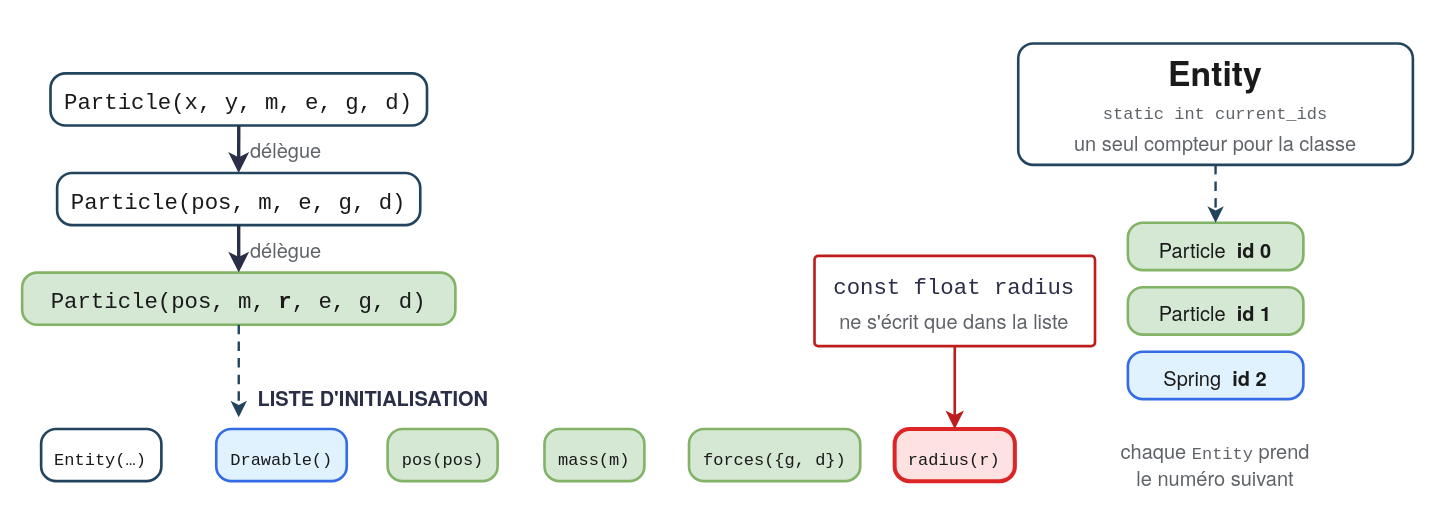
Before: assets/presentation/schemas/particules.drawio in Audr1c/POOProject, a draw.io diagram. Source tidied: cells renumbered, new cells numbered last; positions are measured from the earlier drawing's top-left corner, leaving out a move shared by most shapes. Both pictures are drawn from the tidied source at 125%, with x=0, y=0 at pixel (21, 42).
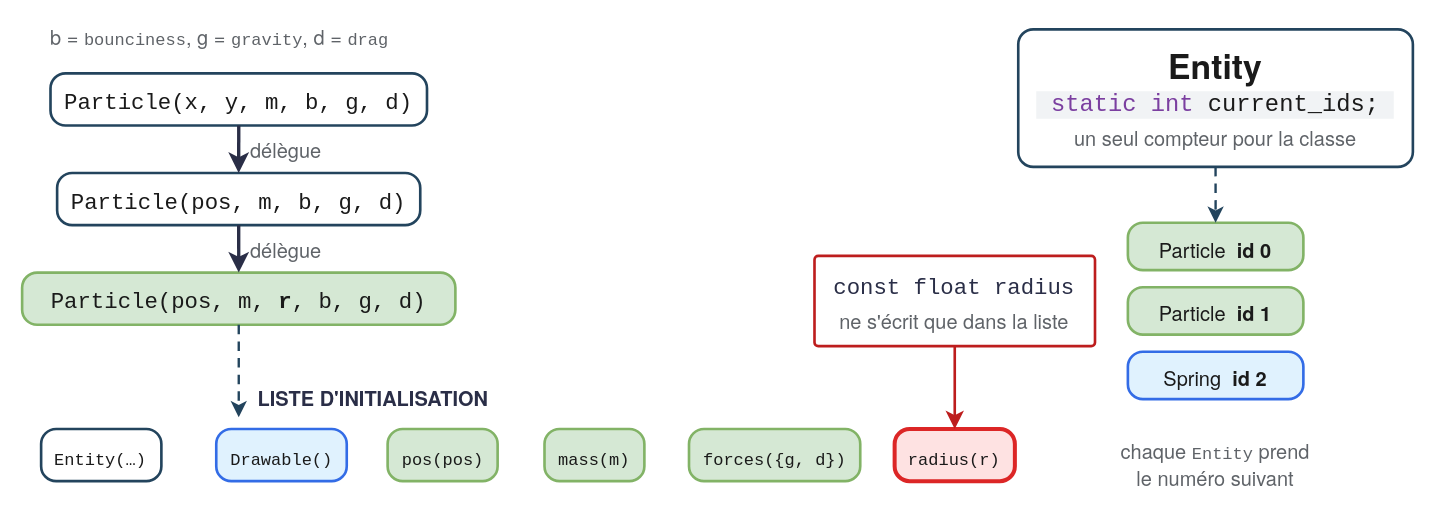
The same page after the edit.

The edit, as a diff of the source:
```diff
@@
-    <mxCell id="2" value="&lt;span style=&quot;font-family:Fira Mono,Consolas,monospace;font-size:85%&quot;&gt;Particle(x, y, m, e, g, d)&lt;/span&gt;" style="rounded=1;absoluteArcSize=1;arcSize=24;whiteSpace=wrap;html=1;fillColor=#FFFFFF;strokeColor=#23445D;strokeWidth=2.1;fontFamily=TeX Gyre Heros,Helvetica,Arial;fontSize=21;fontColor=#1A1A1A;align=center;verticalAlign=middle;spacingLeft=6;spacingRight=6;" parent="1" vertex="1">
+    <mxCell id="2" value="&lt;span style=&quot;font-family:Fira Mono,Consolas,monospace;font-size:85%&quot;&gt;Particle(x, y, m, b, g, d)&lt;/span&gt;" style="rounded=1;absoluteArcSize=1;arcSize=24;whiteSpace=wrap;html=1;fillColor=#FFFFFF;strokeColor=#23445D;strokeWidth=2.1;fontFamily=TeX Gyre Heros,Helvetica,Arial;fontSize=21;fontColor=#1A1A1A;align=center;verticalAlign=middle;spacingLeft=6;spacingRight=6;" parent="1" vertex="1">
       <mxGeometry x="22.9" y="24.2" width="301.2" height="41.7" as="geometry" />
     </mxCell>
-    <mxCell id="3" value="&lt;span style=&quot;font-family:Fira Mono,Consolas,monospace;font-size:85%&quot;&gt;Particle(pos, m, e, g, d)&lt;/span&gt;" style="rounded=1;absoluteArcSize=1;arcSize=24;whiteSpace=wrap;html=1;fillColor=#FFFFFF;strokeColor=#23445D;strokeWidth=2.1;fontFamily=TeX Gyre Heros,Helvetica,Arial;fontSize=21;fontColor=#1A1A1A;align=center;verticalAlign=middle;spacingLeft=6;spacingRight=6;" parent="1" vertex="1">
+    <mxCell id="3" value="&lt;span style=&quot;font-family:Fira Mono,Consolas,monospace;font-size:85%&quot;&gt;Particle(pos, m, b, g, d)&lt;/span&gt;" style="rounded=1;absoluteArcSize=1;arcSize=24;whiteSpace=wrap;html=1;fillColor=#FFFFFF;strokeColor=#23445D;strokeWidth=2.1;fontFamily=TeX Gyre Heros,Helvetica,Arial;fontSize=21;fontColor=#1A1A1A;align=center;verticalAlign=middle;spacingLeft=6;spacingRight=6;" parent="1" vertex="1">
       <mxGeometry x="28.2" y="103.9" width="290.5" height="41.7" as="geometry" />
     </mxCell>
-    <mxCell id="4" value="&lt;span style=&quot;font-family:Fira Mono,Consolas,monospace;font-size:85%&quot;&gt;Particle(pos, m, &lt;/span&gt;&lt;b&gt;&lt;span style=&quot;font-family:Fira Mono,Consolas,monospace;font-size:85%&quot;&gt;r&lt;/span&gt;&lt;/b&gt;&lt;span style=&quot;font-family:Fira Mono,Consolas,monospace;font-size:85%&quot;&gt;, e, g, d)&lt;/span&gt;" style="rounded=1;absoluteArcSize=1;arcSize=24;whiteSpace=wrap;html=1;fillColor=#D5E8D4;strokeColor=#82B366;strokeWidth=2.1;fontFamily=TeX Gyre Heros,Helvetica,Arial;fontSize=21;fontColor=#1A1A1A;align=center;verticalAlign=middle;spacingLeft=6;spacingRight=6;" parent="1" vertex="1">
+    <mxCell id="4" value="&lt;span style=&quot;font-family:Fira Mono,Consolas,monospace;font-size:85%&quot;&gt;Particle(pos, m, &lt;b&gt;r&lt;/b&gt;, b, g, d)&lt;/span&gt;" style="rounded=1;absoluteArcSize=1;arcSize=24;whiteSpace=wrap;html=1;fillColor=#D5E8D4;strokeColor=#82B366;strokeWidth=2.1;fontFamily=TeX Gyre Heros,Helvetica,Arial;fontSize=21;fontColor=#1A1A1A;align=center;verticalAlign=middle;spacingLeft=6;spacingRight=6;" parent="1" vertex="1">
       <mxGeometry x="0.2" y="183.6" width="346.6" height="41.7" as="geometry" />
     </mxCell>
@@
-    <mxCell id="19" value="&lt;b&gt;&lt;span style=&quot;font-size:27px&quot;&gt;Entity&lt;/span&gt;&lt;/b&gt;&lt;br&gt;&lt;span style=&quot;font-size:16px;color:#5F6368&quot;&gt;&lt;span style=&quot;font-family:Fira Mono,Consolas,monospace;font-size:85%&quot;&gt;static int current_ids&lt;/span&gt;&lt;br&gt;un seul compteur pour la classe&lt;/span&gt;" style="rounded=1;absoluteArcSize=1;arcSize=24;whiteSpace=wrap;html=1;fillColor=#FFFFFF;strokeColor=#23445D;strokeWidth=2.1;fontFamily=TeX Gyre Heros,Helvetica,Arial;fontSize=21;fontColor=#1A1A1A;align=center;verticalAlign=middle;spacingLeft=6;spacingRight=6;" parent="1" vertex="1">
-      <mxGeometry x="797.1" y="0.3" width="315.7" height="97.1" as="geometry" />
+    <mxCell id="19" value="&lt;b&gt;&lt;span style=&quot;font-size:27px&quot;&gt;Entity&lt;/span&gt;&lt;/b&gt;&lt;br&gt;&lt;span style=&quot;font-family:Fira Mono,Consolas,monospace;font-size:19px;background-color:#F1F3F5;color:#1A1A1A;&quot;&gt;&amp;nbsp;&lt;span style=&quot;color:#7B3FA0&quot;&gt;static int&lt;/span&gt; current_ids;&amp;nbsp;&lt;/span&gt;&lt;br&gt;&lt;span style=&quot;font-size:16px;color:#5F6368&quot;&gt;un seul compteur pour la classe&lt;/span&gt;" style="rounded=1;absoluteArcSize=1;arcSize=24;whiteSpace=wrap;html=1;fillColor=#FFFFFF;strokeColor=#23445D;strokeWidth=2.1;fontFamily=TeX Gyre Heros,Helvetica,Arial;fontSize=21;fontColor=#1A1A1A;align=center;verticalAlign=middle;spacingLeft=6;spacingRight=6;" parent="1" vertex="1">
+      <mxGeometry x="797.1" y="-11" width="315.7" height="110" as="geometry" />
     </mxCell>
@@
+    <mxCell id="25" value="b = &lt;span style=&quot;font-family:Fira Mono,Consolas,monospace;font-size:85%&quot;&gt;bounciness&lt;/span&gt;, g = &lt;span style=&quot;font-family:Fira Mono,Consolas,monospace;font-size:85%&quot;&gt;gravity&lt;/span&gt;, d = &lt;span style=&quot;font-family:Fira Mono,Consolas,monospace;font-size:85%&quot;&gt;drag&lt;/span&gt;" style="text;html=1;whiteSpace=wrap;align=left;verticalAlign=middle;fontFamily=TeX Gyre Heros,Helvetica,Arial;fontSize=16;fontColor=#5F6368;spacing=0;" parent="1" vertex="1">
+      <mxGeometry x="23" y="-17" width="420" height="26" as="geometry" />
+    </mxCell>
```
